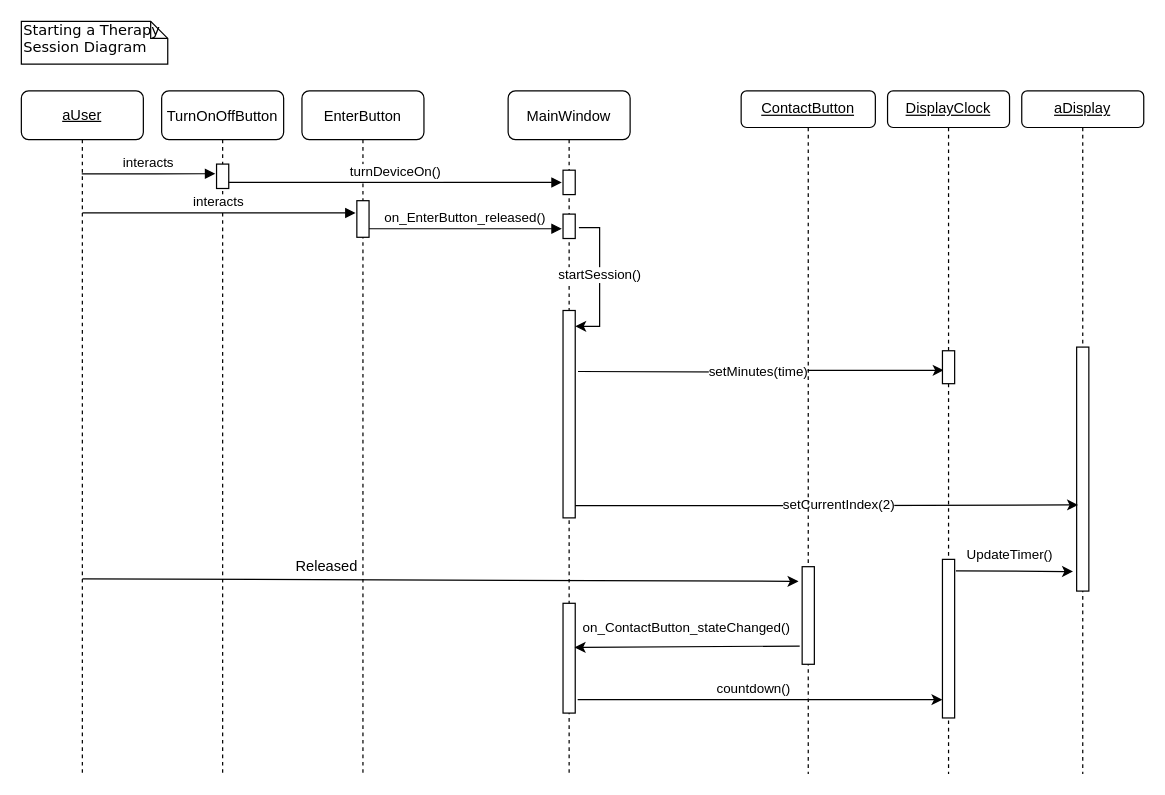
The draw.io diagram Documentation/StartSession.drawio in Hall-Andrew/CESDEVICE-3004FinalProject, before the edit. Source tidied: cells renumbered, new cells numbered last; positions are measured from the earlier drawing's top-left corner, leaving out a move shared by most shapes. Both pictures are drawn from the tidied source at 122%, with x=0, y=0 at pixel (21, 21).
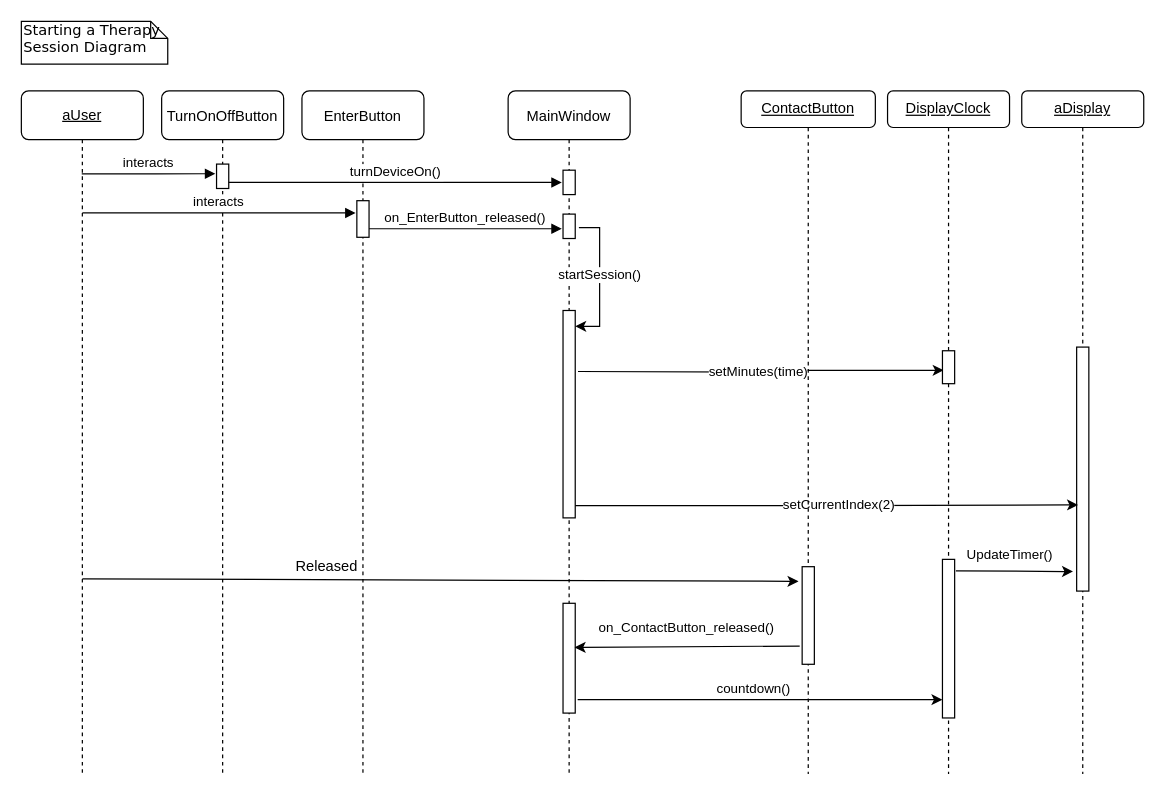
The same page after the edit.

Change to the diagram source:
```diff
@@
-    <mxCell id="31" value="on_ContactButton_stateChanged()" style="text;html=1;align=center;verticalAlign=middle;strokeColor=none;fillColor=none;fontSize=11;fontFamily=Helvetica;" parent="1" vertex="1">
-      <mxGeometry x="450" y="487" width="190" height="20" as="geometry" />
+    <mxCell id="31" value="on_ContactButton_released()" style="text;html=1;align=center;verticalAlign=middle;strokeColor=none;fillColor=none;fontSize=11;fontFamily=Helvetica;" parent="1" vertex="1">
+      <mxGeometry x="465" y="487" width="160" height="20" as="geometry" />
     </mxCell>
```
